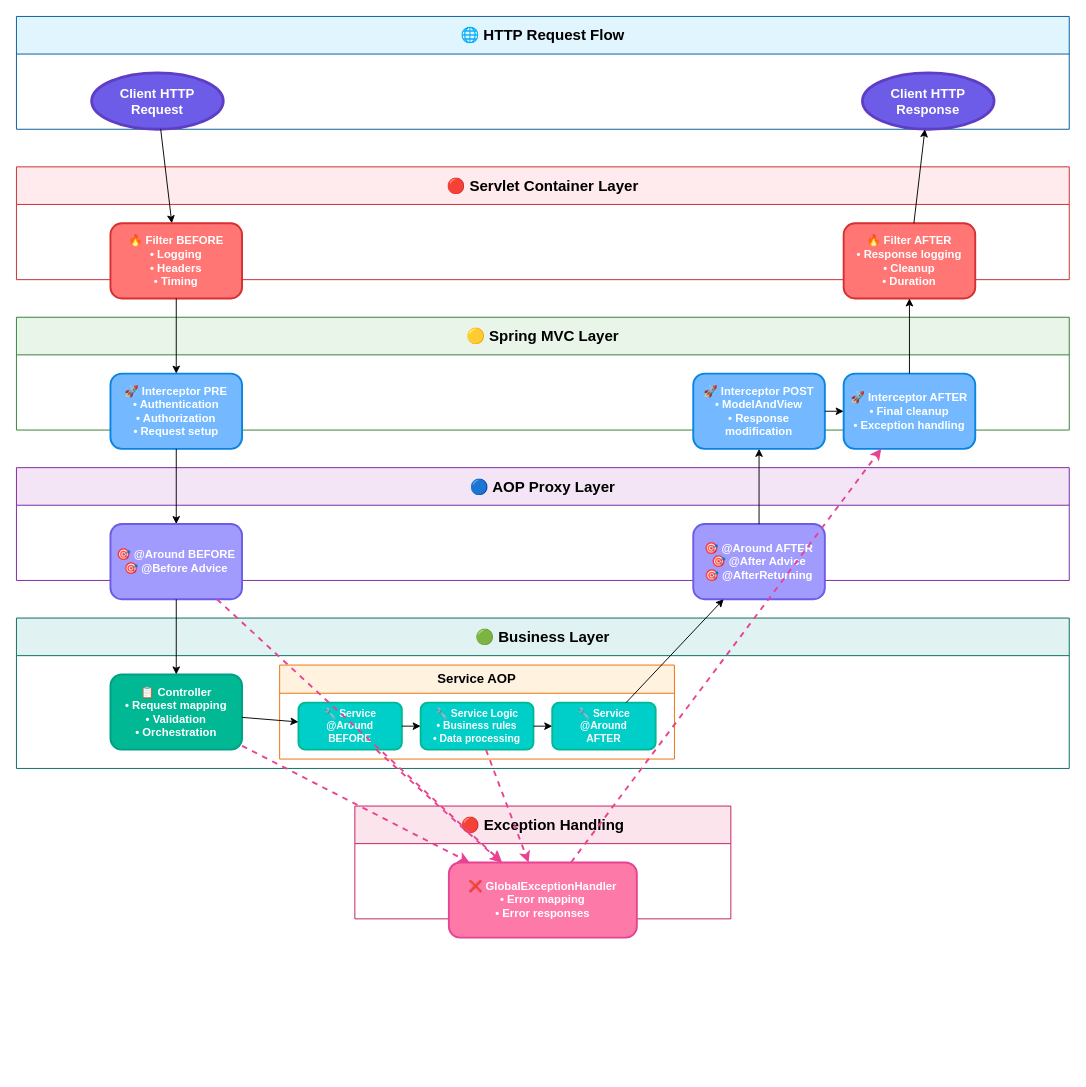
Before: drawio/spring-boot-layered-architecture-flow.drawio in Logi2110/Springboot-Flow, a draw.io diagram. Source tidied: cells renumbered, new cells numbered last; positions are measured from the earlier drawing's top-left corner, leaving out a move shared by most shapes. Both pictures are drawn from the tidied source at 94%, with x=0, y=0 at pixel (16, 16).
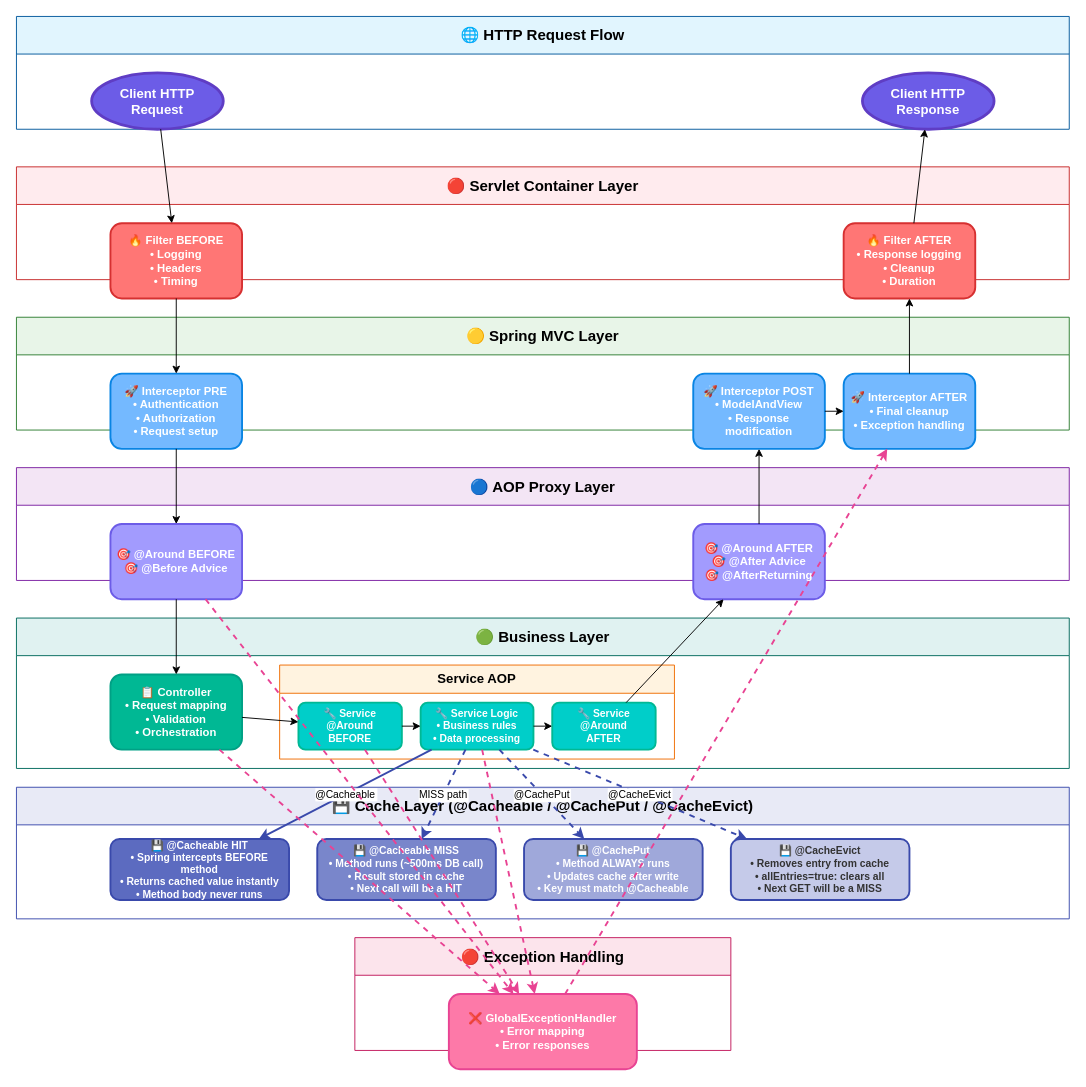
The same page after the edit.

Unchanged cells that the change refers to:
```xml
<mxCell id="19" value="🔧 Service Logic&#10;• Business rules&#10;• Data processing" style="rounded=1;whiteSpace=wrap;html=1;fillColor=#00cec9;strokeColor=#00b894;strokeWidth=2;fontColor=#ffffff;fontSize=11;fontStyle=1;" parent="17" vertex="1">
  <mxGeometry x="150" y="40" width="120" height="50" as="geometry" />
</mxCell>
```

Change to the diagram source:
```diff
@@
+    <mxCell id="40" value="💾 Cache Layer (@Cacheable / @CachePut / @CacheEvict)" style="swimlane;whiteSpace=wrap;html=1;fillColor=#e8eaf6;strokeColor=#3949ab;fontSize=16;fontStyle=1;startSize=40;" parent="1" vertex="1">
+      <mxGeometry y="820" width="1120" height="140" as="geometry" />
+    </mxCell>
+    <mxCell id="41" value="💾 @Cacheable HIT&#10;• Spring intercepts BEFORE method&#10;• Returns cached value instantly&#10;• Method body never runs" style="rounded=1;whiteSpace=wrap;html=1;fillColor=#5c6bc0;strokeColor=#3949ab;strokeWidth=2;fontColor=#ffffff;fontSize=11;fontStyle=1;" parent="40" vertex="1">
+      <mxGeometry x="100" y="55" width="190" height="65" as="geometry" />
+    </mxCell>
+    <mxCell id="42" value="💾 @Cacheable MISS&#10;• Method runs (~500ms DB call)&#10;• Result stored in cache&#10;• Next call will be a HIT" style="rounded=1;whiteSpace=wrap;html=1;fillColor=#7986cb;strokeColor=#3949ab;strokeWidth=2;fontColor=#ffffff;fontSize=11;fontStyle=1;" parent="40" vertex="1">
+      <mxGeometry x="320" y="55" width="190" height="65" as="geometry" />
+    </mxCell>
+    <mxCell id="43" value="💾 @CachePut&#10;• Method ALWAYS runs&#10;• Updates cache after write&#10;• Key must match @Cacheable" style="rounded=1;whiteSpace=wrap;html=1;fillColor=#9fa8da;strokeColor=#3949ab;strokeWidth=2;fontColor=#ffffff;fontSize=11;fontStyle=1;" parent="40" vertex="1">
+      <mxGeometry x="540" y="55" width="190" height="65" as="geometry" />
+    </mxCell>
+    <mxCell id="44" value="💾 @CacheEvict&#10;• Removes entry from cache&#10;• allEntries=true: clears all&#10;• Next GET will be a MISS" style="rounded=1;whiteSpace=wrap;html=1;fillColor=#c5cae9;strokeColor=#3949ab;strokeWidth=2;fontColor=#333333;fontSize=11;fontStyle=1;" parent="40" vertex="1">
+      <mxGeometry x="760" y="55" width="190" height="65" as="geometry" />
+    </mxCell>
+    <mxCell id="45" value="@Cacheable" style="strokeColor=#3949ab;strokeWidth=2;" parent="1" edge="1" source="19" target="41">
+      <mxGeometry relative="1" as="geometry" />
+    </mxCell>
+    <mxCell id="46" value="MISS path" style="strokeColor=#3949ab;strokeWidth=2;dashed=1;" parent="1" edge="1" source="19" target="42">
+      <mxGeometry relative="1" as="geometry" />
+    </mxCell>
+    <mxCell id="47" value="@CachePut" style="strokeColor=#3949ab;strokeWidth=2;dashed=1;" parent="1" edge="1" source="19" target="43">
+      <mxGeometry relative="1" as="geometry" />
+    </mxCell>
+    <mxCell id="48" value="@CacheEvict" style="strokeColor=#3949ab;strokeWidth=2;dashed=1;" parent="1" edge="1" source="19" target="44">
+      <mxGeometry relative="1" as="geometry" />
+    </mxCell>
     <mxCell id="21" value="🔴 Exception Handling" style="swimlane;whiteSpace=wrap;html=1;fillColor=#fce4ec;strokeColor=#c2185b;fontSize=16;fontStyle=1;startSize=40;" parent="1" vertex="1">
-      <mxGeometry x="360" y="840" width="400" height="120" as="geometry" />
+      <mxGeometry x="360" y="980" width="400" height="120" as="geometry" />
     </mxCell>
```
